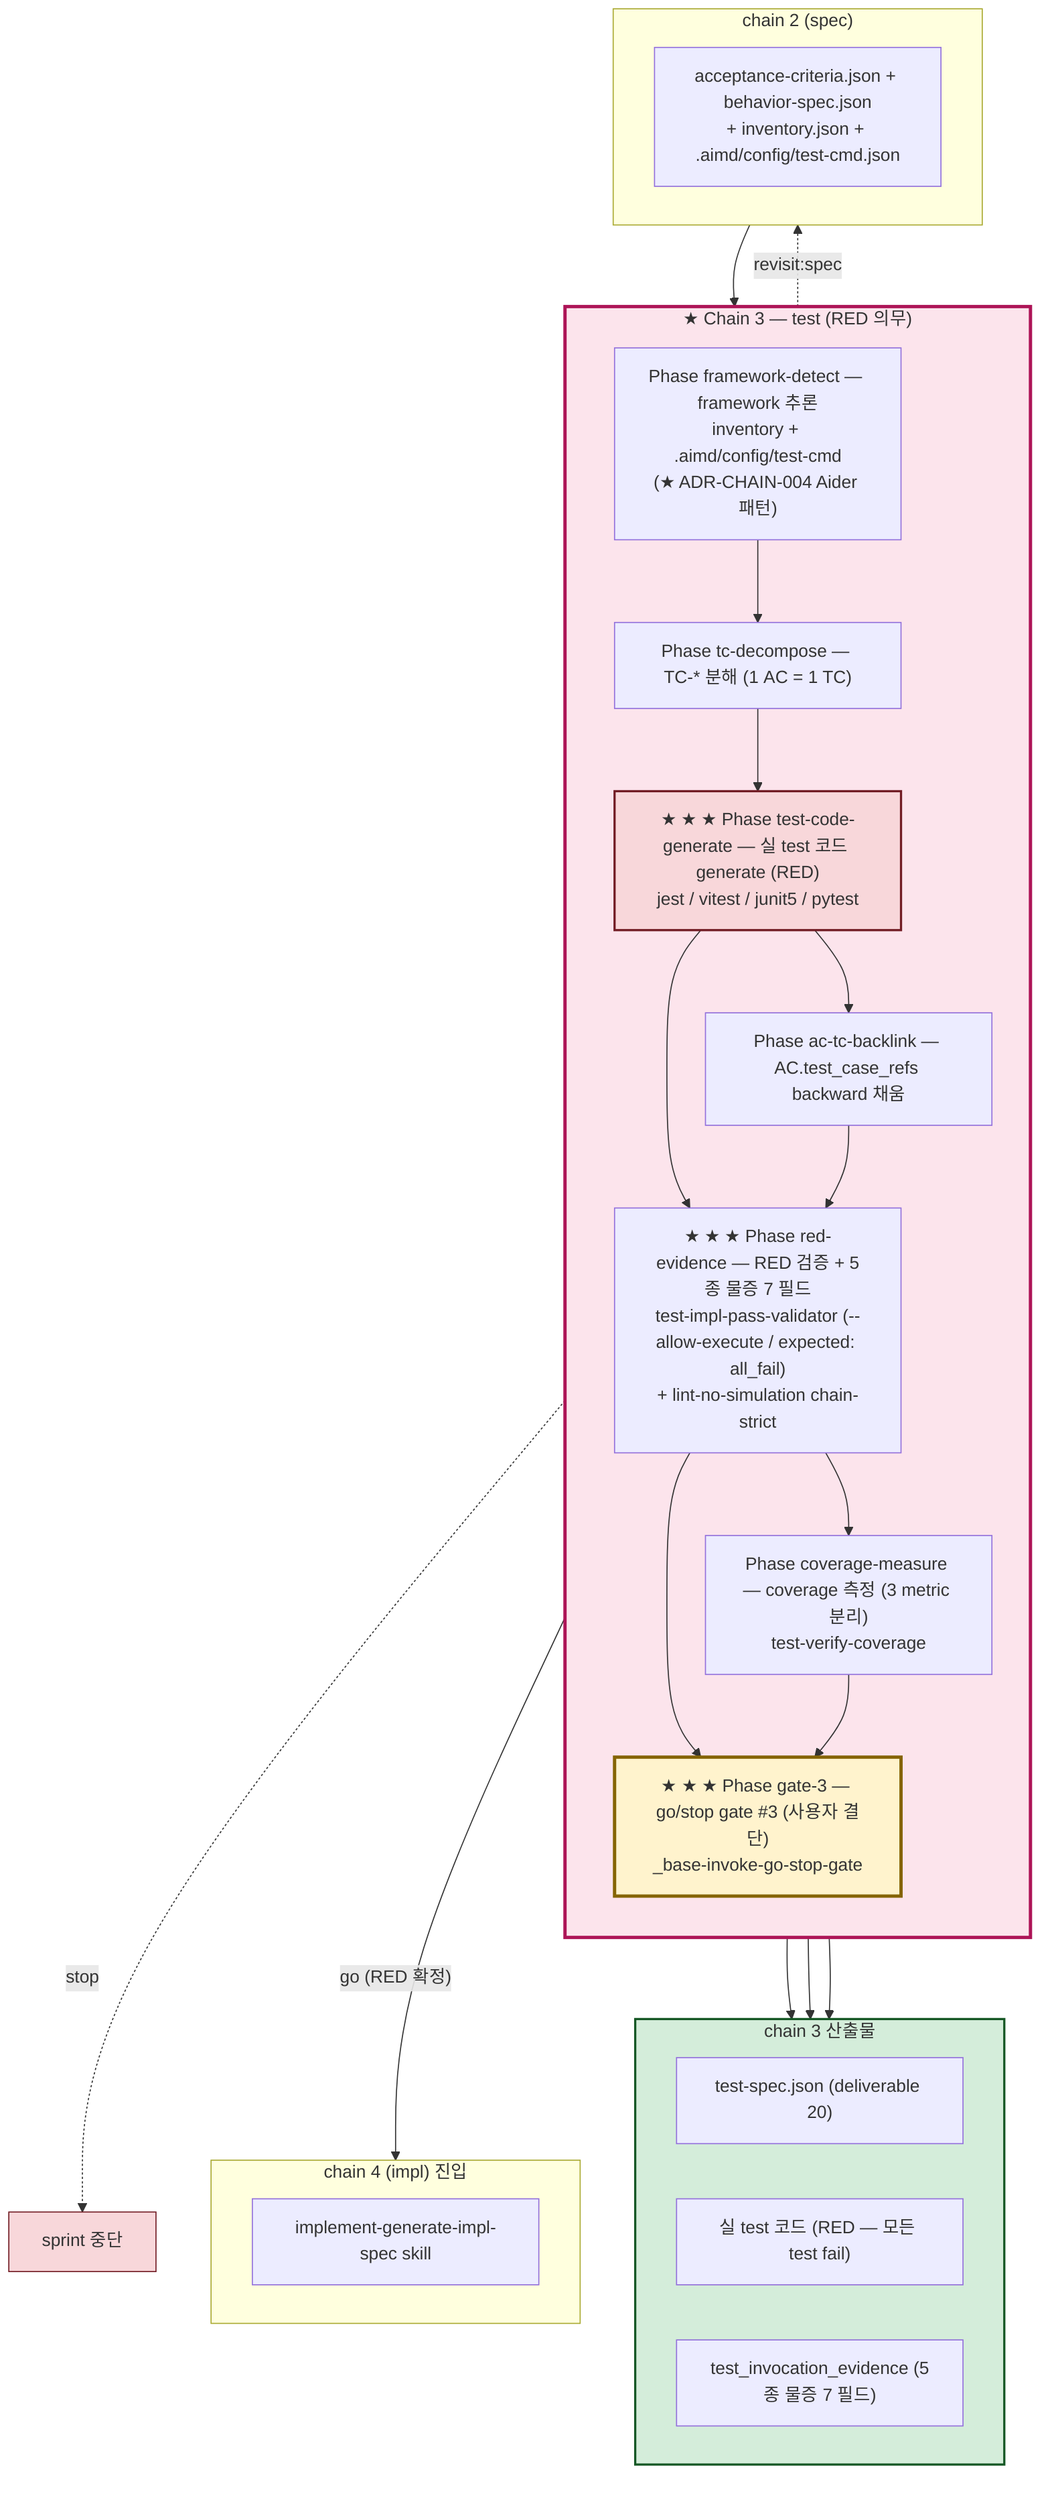
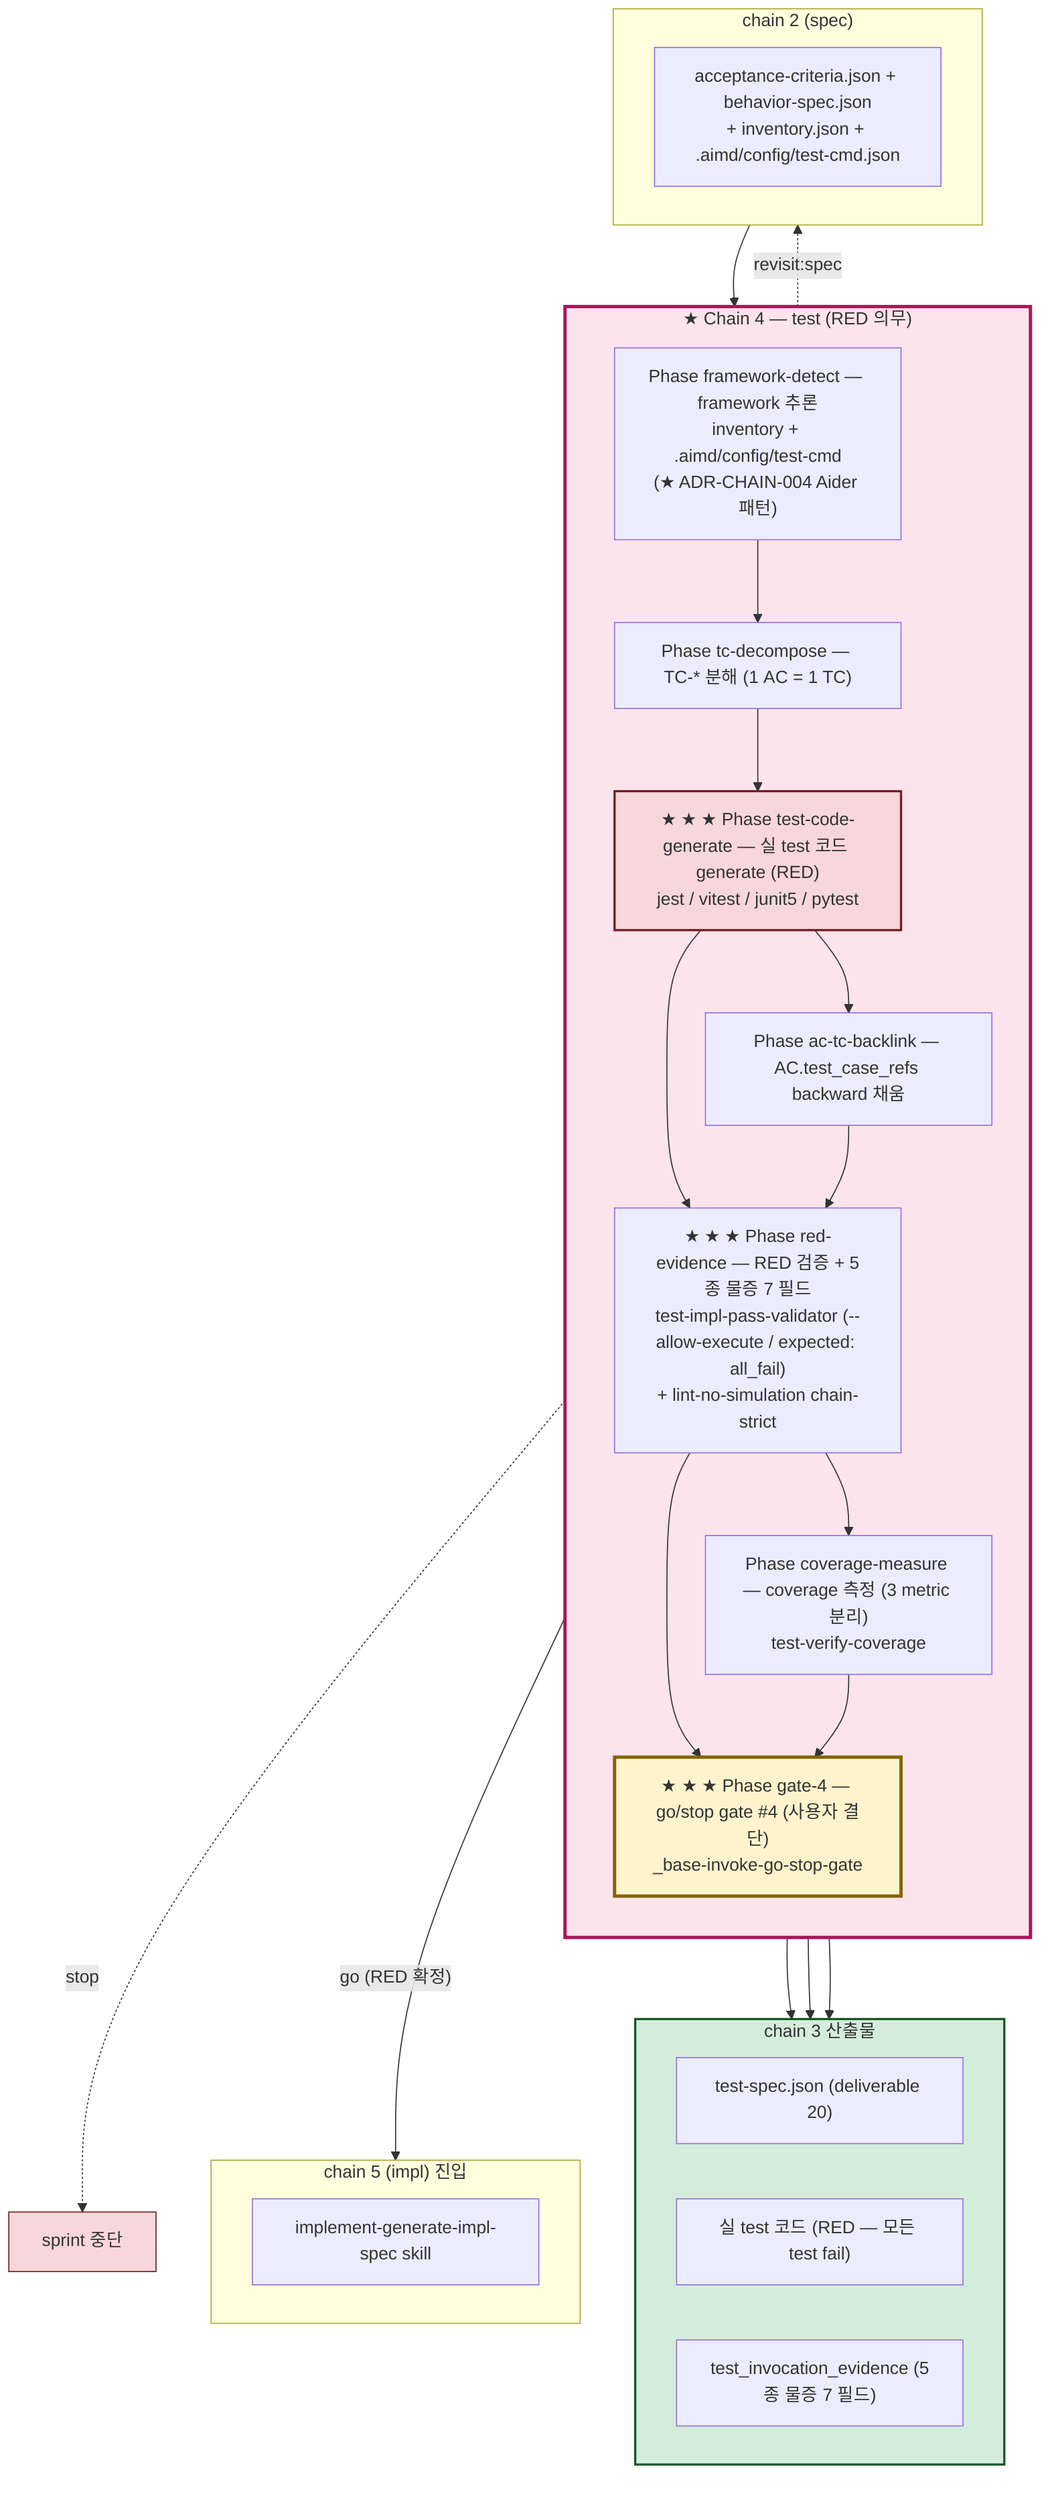
- %% ★ ★ v2.0 chain 3 (test) phase flow — 사람 눈 (mermaid)
+ %% ★ ★ v2.0 chain 4 (test) phase flow — 사람 눈 (mermaid)
%% AI 눈 짝: test.phase-flow.json (drift-validator 호환)
%% ★ ★ ★ v3.1.0 — phase ID 의미 ID rename (D-3 paradigm / depends_on 그래프 SSOT / 위상정렬 자동).
%% subgraph id = `P_<semantic_id>` (P 접두사 + underscore — mermaid 문법 호환 + drift-validator 정규식 호환).
%% ADR-008 v2 §10 + ADR-CHAIN-001 §3 + ADR-CHAIN-004 정합

flowchart TB
-     subgraph C3["★ Chain 3 — test (RED 의무)"]
+     subgraph C3["★ Chain 4 — test (RED 의무)"]
        direction TB

        P_framework_detect["Phase framework-detect — framework 추론<br/>inventory + .aimd/config/test-cmd<br/>(★ ADR-CHAIN-004 Aider 패턴)"]
        P_tc_decompose["Phase tc-decompose — TC-* 분해 (1 AC = 1 TC)"]
        P_test_code_generate["★ ★ ★ Phase test-code-generate — 실 test 코드 generate (RED)<br/>jest / vitest / junit5 / pytest"]
        P_ac_tc_backlink["Phase ac-tc-backlink — AC.test_case_refs backward 채움"]
        P_red_evidence["★ ★ ★ Phase red-evidence — RED 검증 + 5종 물증 7 필드<br/>test-impl-pass-validator (--allow-execute / expected: all_fail)<br/>+ lint-no-simulation chain-strict"]
        P_coverage_measure["Phase coverage-measure — coverage 측정 (3 metric 분리)<br/>test-verify-coverage"]
-         P_gate_3["★ ★ ★ Phase gate-3 — go/stop gate #3 (사용자 결단)<br/>_base-invoke-go-stop-gate"]
+         P_gate_4["★ ★ ★ Phase gate-4 — go/stop gate #4 (사용자 결단)<br/>_base-invoke-go-stop-gate"]

        P_framework_detect --> P_tc_decompose
        P_tc_decompose --> P_test_code_generate
        P_test_code_generate --> P_ac_tc_backlink
        P_test_code_generate --> P_red_evidence
        P_ac_tc_backlink --> P_red_evidence
        P_red_evidence --> P_coverage_measure
-         P_red_evidence --> P_gate_3
-         P_coverage_measure --> P_gate_3
+         P_red_evidence --> P_gate_4
+         P_coverage_measure --> P_gate_4
    end

    subgraph IN["chain 2 (spec)"]
        IN_OUT["acceptance-criteria.json + behavior-spec.json<br/>+ inventory.json + .aimd/config/test-cmd.json"]
    end

    subgraph OUT["chain 3 산출물"]
        direction LR
        OUT_TS["test-spec.json (deliverable 20)"]
        OUT_CODE["실 test 코드 (RED — 모든 test fail)"]
        OUT_EV["test_invocation_evidence (5종 물증 7 필드)"]
    end

-     subgraph NEXT["chain 4 (impl) 진입"]
+     subgraph NEXT["chain 5 (impl) 진입"]
        N1["implement-generate-impl-spec skill"]
    end

    IN --> P_framework_detect
    P_test_code_generate --> OUT_CODE
    P_red_evidence --> OUT_TS
    P_red_evidence --> OUT_EV
-     P_gate_3 -->|"go (RED 확정)"| NEXT
-     P_gate_3 -.->|"stop"| STOP["sprint 중단"]
-     P_gate_3 -.->|"revisit:spec"| IN
+     P_gate_4 -->|"go (RED 확정)"| NEXT
+     P_gate_4 -.->|"stop"| STOP["sprint 중단"]
+     P_gate_4 -.->|"revisit:spec"| IN

    classDef chain3 fill:#fce4ec,stroke:#ad1457,stroke-width:3px
    classDef gate fill:#fff3cd,stroke:#856404,stroke-width:3px
    classDef out fill:#d4edda,stroke:#155724,stroke-width:2px
    classDef stop fill:#f8d7da,stroke:#721c24
    classDef red fill:#f8d7da,stroke:#721c24,stroke-width:2px
    class C3 chain3
-     class P_gate_3 gate
+     class P_gate_4 gate
    class P_test_code_generate red
    class OUT out
    class STOP stop
